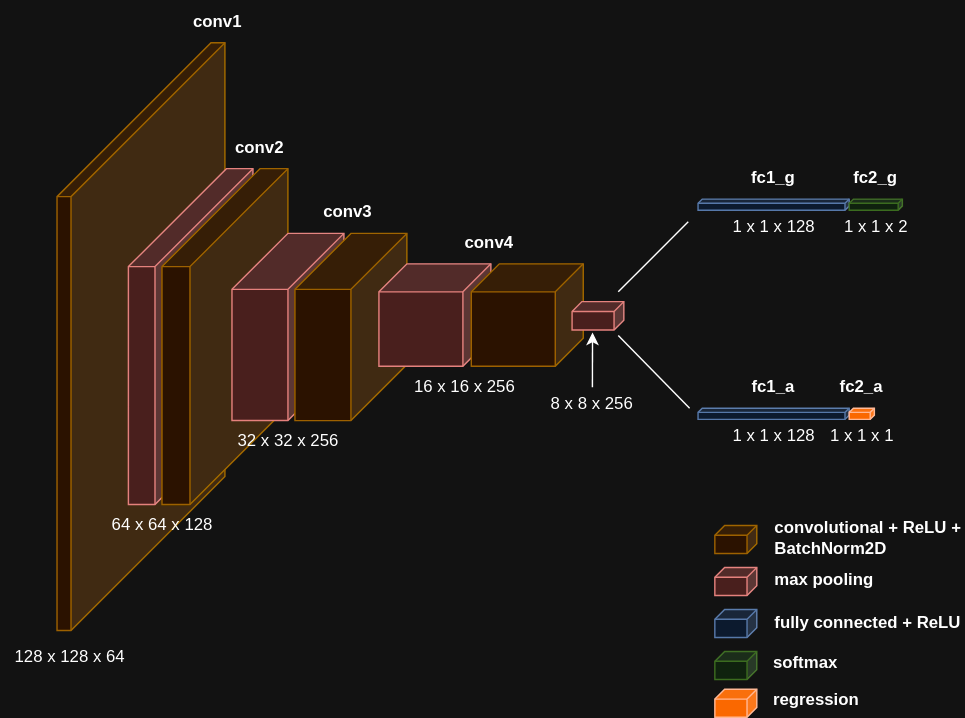
Above: Latex/images/shared_cnn.svg in plspeziali/AgeGender-CNN (draw.io), before the change. Source tidied: cells renumbered, new cells last; positions are measured from the earlier drawing's top-left corner, leaving out a move shared by most shapes.
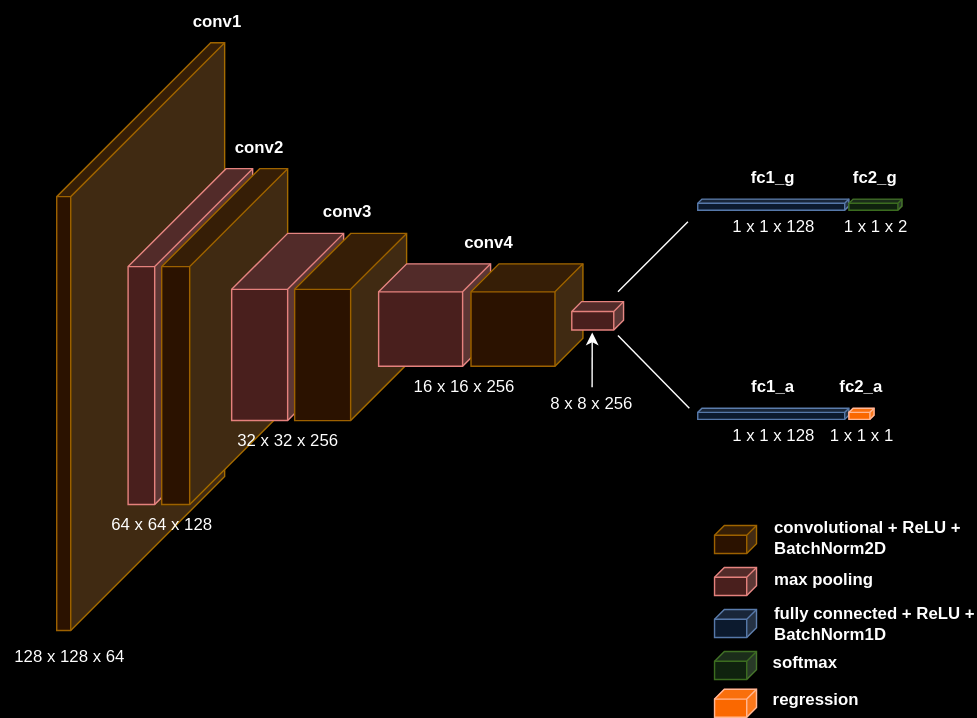
The same diagram one commit later.

Change to the diagram source:
```diff
@@ -80,8 +80,8 @@
     <mxCell id="27" value="max pooling" style="text;html=1;strokeColor=none;fillColor=none;align=left;verticalAlign=middle;whiteSpace=wrap;rounded=0;fontStyle=1;" parent="1" vertex="1">
       <mxGeometry x="551" y="402" width="138" height="23.9" as="geometry" />
     </mxCell>
-    <mxCell id="28" value="fully connected + ReLU" style="text;html=1;strokeColor=none;fillColor=none;align=left;verticalAlign=middle;whiteSpace=wrap;rounded=0;fontStyle=1;" parent="1" vertex="1">
-      <mxGeometry x="551" y="433.1" width="138" height="23.9" as="geometry" />
+    <mxCell id="28" value="fully connected + ReLU + BatchNorm1D" style="text;html=1;strokeColor=none;fillColor=none;align=left;verticalAlign=middle;whiteSpace=wrap;rounded=0;fontStyle=1;" parent="1" vertex="1">
+      <mxGeometry x="551" y="433.1" width="147" height="23.9" as="geometry" />
     </mxCell>
     <mxCell id="29" value="softmax" style="text;html=1;strokeColor=none;fillColor=none;align=left;verticalAlign=middle;whiteSpace=wrap;rounded=0;fontStyle=1;" parent="1" vertex="1">
       <mxGeometry x="550" y="461.1" width="138" height="23.9" as="geometry" />
```
